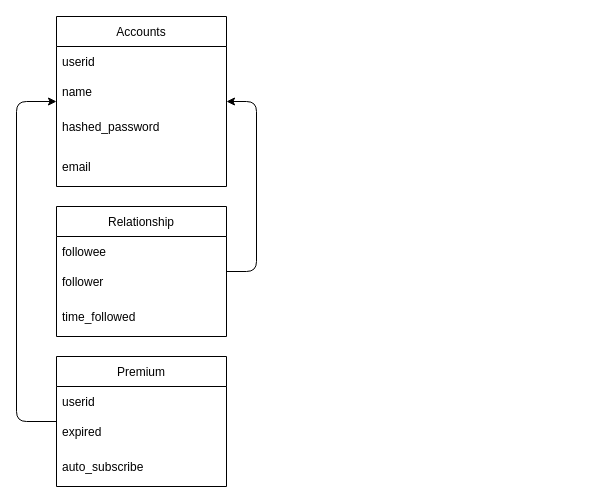
This is databases.drawio from thevuong8000/497S, a draw.io file, before an edit. Source tidied: cells renumbered, new cells numbered last; positions are measured from the earlier drawing's top-left corner, leaving out a move shared by most shapes. Both pictures are drawn from the tidied source at 100%, with x=0, y=0 at pixel (-34, 16).
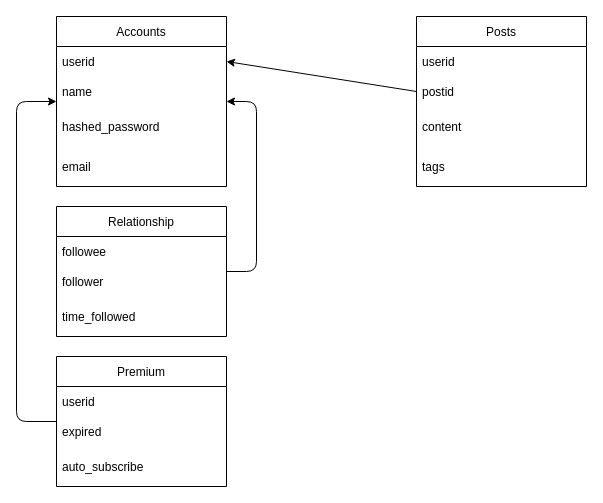
After the change.

Commit message (it also covers changes not shown here):
added chart for services/databases

The change refers to these unchanged cells:
```xml
<mxCell id="3" value="userid" style="text;strokeColor=none;fillColor=none;align=left;verticalAlign=middle;spacingLeft=4;spacingRight=4;overflow=hidden;points=[[0,0.5],[1,0.5]];portConstraint=eastwest;" parent="2" vertex="1">
  <mxGeometry y="30" width="170" height="30" as="geometry" />
</mxCell>
```

The edit, as a diff of the source:
```diff
@@
+    <mxCell id="17" value="Posts" style="swimlane;fontStyle=0;horizontal=1;startSize=30;" parent="1" vertex="1">
+      <mxGeometry x="450" width="170" height="170" as="geometry" />
+    </mxCell>
+    <mxCell id="18" value="userid" style="text;strokeColor=none;fillColor=none;align=left;verticalAlign=middle;spacingLeft=4;spacingRight=4;overflow=hidden;" parent="17" vertex="1">
+      <mxGeometry y="30" width="170" height="30" as="geometry" />
+    </mxCell>
+    <mxCell id="19" value="postid" style="text;strokeColor=none;fillColor=none;align=left;verticalAlign=middle;spacingLeft=4;spacingRight=4;overflow=hidden;points=[[0,0.5],[1,0.5]];portConstraint=eastwest;" parent="17" vertex="1">
+      <mxGeometry y="60" width="170" height="30" as="geometry" />
+    </mxCell>
+    <mxCell id="20" value="content" style="text;strokeColor=none;fillColor=none;align=left;verticalAlign=middle;spacingLeft=4;spacingRight=4;overflow=hidden;" parent="17" vertex="1">
+      <mxGeometry y="90" width="170" height="40" as="geometry" />
+    </mxCell>
+    <mxCell id="21" value="tags" style="text;strokeColor=none;fillColor=none;align=left;verticalAlign=middle;spacingLeft=4;spacingRight=4;overflow=hidden;" parent="17" vertex="1">
+      <mxGeometry y="130" width="170" height="40" as="geometry" />
+    </mxCell>
+    <mxCell id="22" style="edgeStyle=none;html=1;exitX=0;exitY=0.5;exitDx=0;exitDy=0;entryX=1;entryY=0.5;entryDx=0;entryDy=0;" parent="1" edge="1" source="19" target="3">
+      <mxGeometry relative="1" as="geometry" />
+    </mxCell>
```
